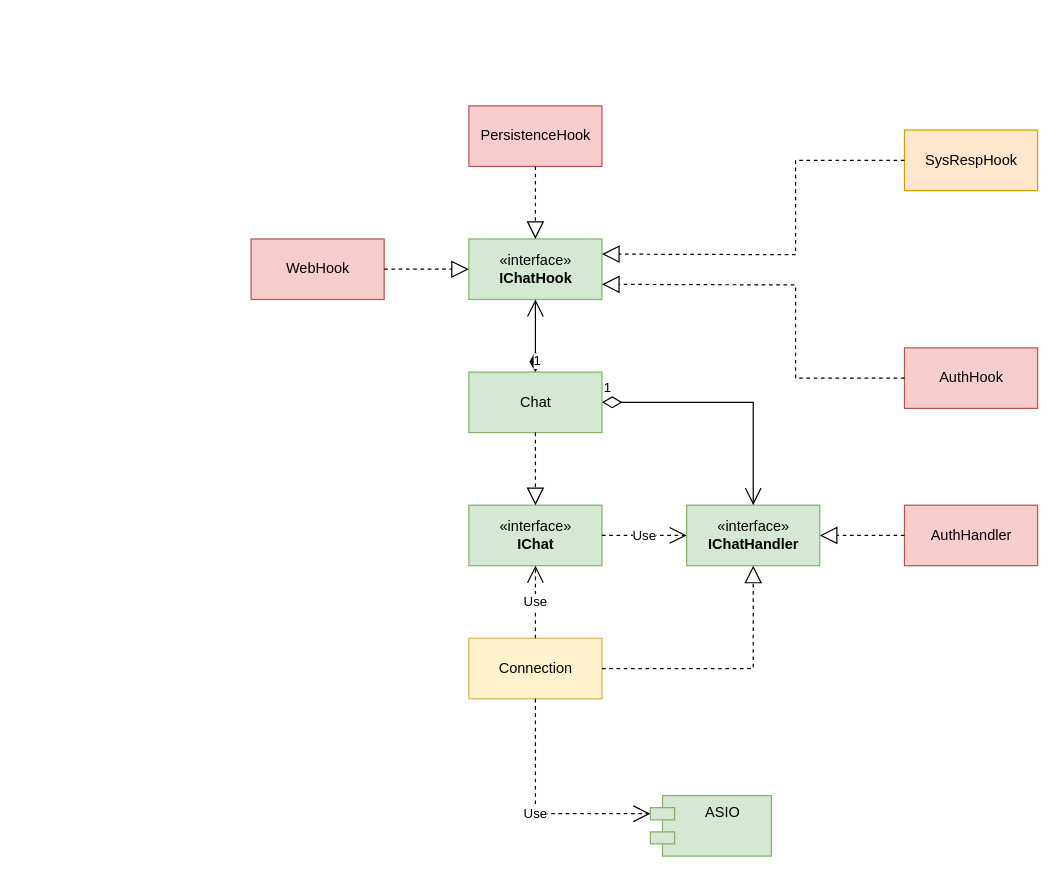
Above: doc/class-diagram.drawio in DvEyZ/lanchat2-server (draw.io), before the change. Source tidied: cells renumbered, new cells numbered last; positions are measured from the earlier drawing's top-left corner, leaving out a move shared by most shapes. Both pictures are drawn from the tidied source at 121%, with x=0, y=0 at pixel (250, 105).
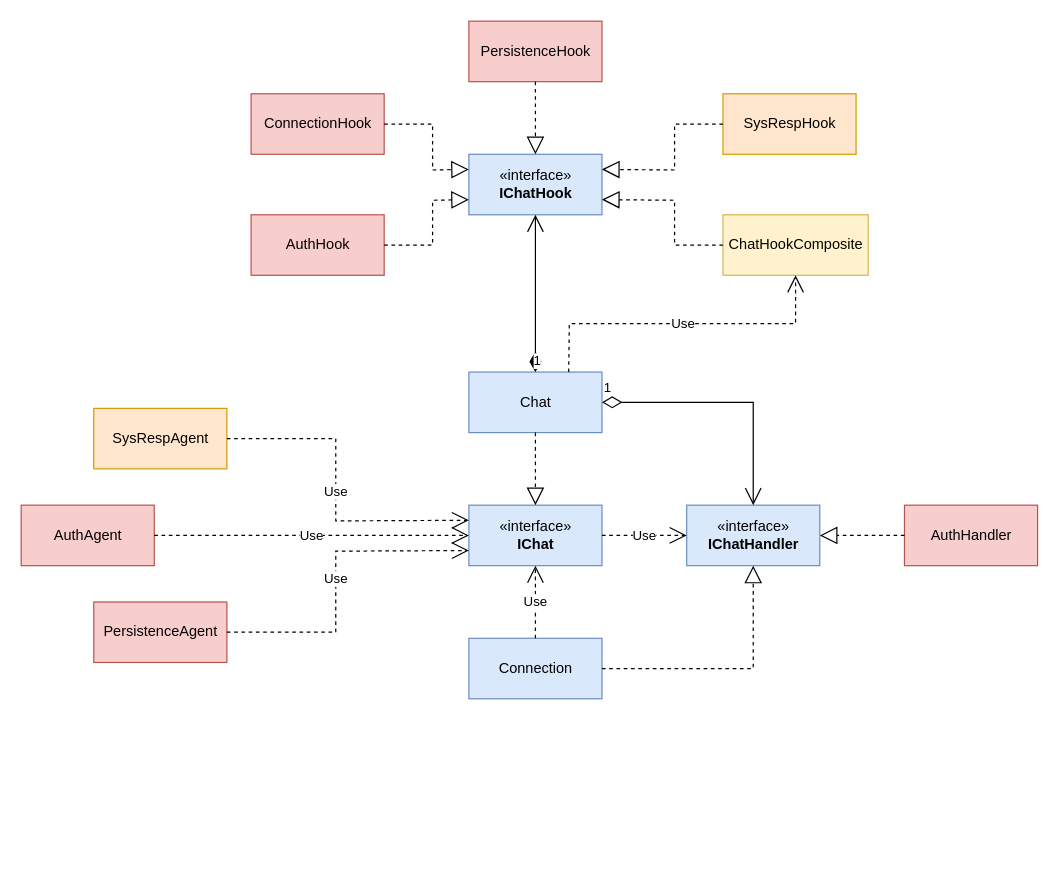
The same page after the edit.

The edit, as a diff of the source:
```diff
@@
-    <mxCell id="2" value="«interface»&lt;br&gt;&lt;b&gt;IChat&lt;/b&gt;" style="html=1;fillColor=#d5e8d4;strokeColor=#82b366;" parent="1" vertex="1">
+    <mxCell id="2" value="«interface»&lt;br&gt;&lt;b&gt;IChat&lt;/b&gt;" style="html=1;fillColor=#dae8fc;strokeColor=#6c8ebf;" parent="1" vertex="1">
       <mxGeometry x="180" y="330" width="110" height="50" as="geometry" />
     </mxCell>
-    <mxCell id="3" value="Connection" style="html=1;fillColor=#fff2cc;strokeColor=#d6b656;" parent="1" vertex="1">
+    <mxCell id="3" value="Connection" style="html=1;fillColor=#dae8fc;strokeColor=#6c8ebf;" parent="1" vertex="1">
       <mxGeometry x="180" y="440" width="110" height="50" as="geometry" />
     </mxCell>
-    <mxCell id="4" value="Chat" style="html=1;fillColor=#d5e8d4;strokeColor=#82b366;" parent="1" vertex="1">
+    <mxCell id="4" value="Chat" style="html=1;fillColor=#dae8fc;strokeColor=#6c8ebf;" parent="1" vertex="1">
       <mxGeometry x="180" y="220" width="110" height="50" as="geometry" />
     </mxCell>
@@
-    <mxCell id="7" value="«interface»&lt;br&gt;&lt;b&gt;IChatHandler&lt;/b&gt;" style="html=1;fillColor=#d5e8d4;strokeColor=#82b366;" parent="1" vertex="1">
+    <mxCell id="7" value="«interface»&lt;br&gt;&lt;b&gt;IChatHandler&lt;/b&gt;" style="html=1;fillColor=#dae8fc;strokeColor=#6c8ebf;" parent="1" vertex="1">
       <mxGeometry x="360" y="330" width="110" height="50" as="geometry" />
     </mxCell>
@@
-    <mxCell id="11" value="«interface»&lt;br&gt;&lt;b&gt;IChatHook&lt;/b&gt;" style="html=1;fillColor=#d5e8d4;strokeColor=#82b366;" parent="1" vertex="1">
-      <mxGeometry x="180" y="110" width="110" height="50" as="geometry" />
+    <mxCell id="11" value="«interface»&lt;br&gt;&lt;b&gt;IChatHook&lt;/b&gt;" style="html=1;fillColor=#dae8fc;strokeColor=#6c8ebf;" parent="1" vertex="1">
+      <mxGeometry x="180" y="40" width="110" height="50" as="geometry" />
     </mxCell>
@@
-    <mxCell id="13" value="AuthHook" style="html=1;fillColor=#f8cecc;strokeColor=#b85450;" parent="1" vertex="1">
-      <mxGeometry x="540" y="200" width="110" height="50" as="geometry" />
-    </mxCell>
     <mxCell id="14" value="PersistenceHook" style="html=1;fillColor=#f8cecc;strokeColor=#b85450;" parent="1" vertex="1">
-      <mxGeometry x="180" width="110" height="50" as="geometry" />
+      <mxGeometry x="180" y="-70" width="110" height="50" as="geometry" />
     </mxCell>
@@
-    <mxCell id="16" value="WebHook" style="html=1;fillColor=#f8cecc;strokeColor=#b85450;" parent="1" vertex="1">
-      <mxGeometry y="110" width="110" height="50" as="geometry" />
+    <mxCell id="16" value="ConnectionHook" style="html=1;fillColor=#f8cecc;strokeColor=#b85450;" parent="1" vertex="1">
+      <mxGeometry y="-10" width="110" height="50" as="geometry" />
     </mxCell>
-    <mxCell id="17" style="endArrow=block;dashed=1;endFill=0;endSize=12;html=1;rounded=0;exitX=1;exitY=0.5;exitDx=0;exitDy=0;entryX=0;entryY=0.5;entryDx=0;entryDy=0;" parent="1" edge="1" source="16" target="11">
-      <mxGeometry relative="1" as="geometry" />
+    <mxCell id="17" style="endArrow=block;dashed=1;endFill=0;endSize=12;html=1;rounded=0;exitX=1;exitY=0.5;exitDx=0;exitDy=0;entryX=0;entryY=0.25;entryDx=0;entryDy=0;" parent="1" edge="1" source="16" target="11">
+      <mxGeometry relative="1" as="geometry">
+        <Array as="points">
+          <mxPoint x="150" y="15" />
+          <mxPoint x="150" y="53" />
+        </Array>
+      </mxGeometry>
     </mxCell>
@@
-    <mxCell id="20" style="endArrow=block;dashed=1;endFill=0;endSize=12;html=1;rounded=0;entryX=1;entryY=0.75;entryDx=0;entryDy=0;exitX=0;exitY=0.5;exitDx=0;exitDy=0;" parent="1" edge="1" source="13" target="11">
-      <mxGeometry relative="1" as="geometry">
-        <Array as="points">
-          <mxPoint x="450" y="225" />
-          <mxPoint x="450" y="148" />
-        </Array>
-      </mxGeometry>
-    </mxCell>
     <mxCell id="21" value="SysRespHook" style="html=1;fillColor=#ffe6cc;strokeColor=#d79b00;" parent="1" vertex="1">
-      <mxGeometry x="540" y="20" width="110" height="50" as="geometry" />
+      <mxGeometry x="390" y="-10" width="110" height="50" as="geometry" />
     </mxCell>
     <mxCell id="22" style="endArrow=block;dashed=1;endFill=0;endSize=12;html=1;rounded=0;entryX=1;entryY=0.25;entryDx=0;entryDy=0;exitX=0;exitY=0.5;exitDx=0;exitDy=0;" parent="1" edge="1" source="21" target="11">
       <mxGeometry relative="1" as="geometry">
         <Array as="points">
-          <mxPoint x="450" y="45" />
-          <mxPoint x="450" y="123" />
+          <mxPoint x="350" y="15" />
+          <mxPoint x="350" y="53" />
         </Array>
       </mxGeometry>
     </mxCell>
-    <mxCell id="23" value="ASIO" style="shape=module;align=left;spacingLeft=20;align=center;verticalAlign=top;fillColor=#d5e8d4;strokeColor=#82b366;" parent="1" vertex="1">
-      <mxGeometry x="330" y="570" width="100" height="50" as="geometry" />
-    </mxCell>
-    <mxCell id="24" value="Use" style="endArrow=open;endSize=12;dashed=1;html=1;rounded=0;exitX=0.5;exitY=1;exitDx=0;exitDy=0;entryX=0;entryY=0;entryDx=0;entryDy=15;entryPerimeter=0;" parent="1" edge="1" source="3" target="23">
-      <mxGeometry relative="1" as="geometry">
-        <Array as="points">
-          <mxPoint x="235" y="585" />
-        </Array>
-      </mxGeometry>
-    </mxCell>
+    <mxCell id="25" value="SysRespAgent" style="html=1;fillColor=#ffe6cc;strokeColor=#d79b00;" parent="1" vertex="1">
+      <mxGeometry x="-130" y="250" width="110" height="50" as="geometry" />
+    </mxCell>
+    <mxCell id="26" value="Use" style="endArrow=open;endSize=12;dashed=1;html=1;rounded=0;exitX=1;exitY=0.5;exitDx=0;exitDy=0;entryX=0;entryY=0.25;entryDx=0;entryDy=0;" parent="1" edge="1" source="25" target="2">
+      <mxGeometry relative="1" as="geometry">
+        <Array as="points">
+          <mxPoint x="70" y="275" />
+          <mxPoint x="70" y="343" />
+        </Array>
+      </mxGeometry>
+    </mxCell>
+    <mxCell id="27" value="PersistenceAgent" style="html=1;fillColor=#f8cecc;strokeColor=#b85450;" parent="1" vertex="1">
+      <mxGeometry x="-130" y="410" width="110" height="50" as="geometry" />
+    </mxCell>
+    <mxCell id="28" value="Use" style="endArrow=open;endSize=12;dashed=1;html=1;rounded=0;exitX=1;exitY=0.5;exitDx=0;exitDy=0;entryX=0;entryY=0.75;entryDx=0;entryDy=0;" parent="1" edge="1" source="27" target="2">
+      <mxGeometry relative="1" as="geometry">
+        <Array as="points">
+          <mxPoint x="70" y="435" />
+          <mxPoint x="70" y="368" />
+        </Array>
+      </mxGeometry>
+    </mxCell>
+    <mxCell id="29" value="AuthAgent" style="html=1;fillColor=#f8cecc;strokeColor=#b85450;" parent="1" vertex="1">
+      <mxGeometry x="-190" y="330" width="110" height="50" as="geometry" />
+    </mxCell>
+    <mxCell id="30" value="Use" style="endArrow=open;endSize=12;dashed=1;html=1;rounded=0;exitX=1;exitY=0.5;exitDx=0;exitDy=0;entryX=0;entryY=0.5;entryDx=0;entryDy=0;" parent="1" edge="1" source="29" target="2">
+      <mxGeometry relative="1" as="geometry" />
+    </mxCell>
+    <mxCell id="13" value="AuthHook" style="html=1;fillColor=#f8cecc;strokeColor=#b85450;" parent="1" vertex="1">
+      <mxGeometry y="90" width="110" height="50" as="geometry" />
+    </mxCell>
+    <mxCell id="20" style="endArrow=block;dashed=1;endFill=0;endSize=12;html=1;rounded=0;exitX=1;exitY=0.5;exitDx=0;exitDy=0;entryX=0;entryY=0.75;entryDx=0;entryDy=0;" parent="1" edge="1" source="13" target="11">
+      <mxGeometry relative="1" as="geometry">
+        <Array as="points">
+          <mxPoint x="150" y="115" />
+          <mxPoint x="150" y="78" />
+        </Array>
+      </mxGeometry>
+    </mxCell>
+    <mxCell id="31" value="ChatHookComposite" style="html=1;fillColor=#fff2cc;strokeColor=#d6b656;" parent="1" vertex="1">
+      <mxGeometry x="390" y="90" width="120" height="50" as="geometry" />
+    </mxCell>
+    <mxCell id="32" style="endArrow=block;dashed=1;endFill=0;endSize=12;html=1;rounded=0;entryX=1;entryY=0.75;entryDx=0;entryDy=0;exitX=0;exitY=0.5;exitDx=0;exitDy=0;" parent="1" edge="1" source="31" target="11">
+      <mxGeometry relative="1" as="geometry">
+        <Array as="points">
+          <mxPoint x="350" y="115" />
+          <mxPoint x="350" y="78" />
+        </Array>
+      </mxGeometry>
+    </mxCell>
+    <mxCell id="33" value="Use" style="endArrow=open;endSize=12;dashed=1;html=1;rounded=0;exitX=0.75;exitY=0;exitDx=0;exitDy=0;entryX=0.5;entryY=1;entryDx=0;entryDy=0;" parent="1" edge="1" source="4" target="31">
+      <mxGeometry relative="1" as="geometry">
+        <Array as="points">
+          <mxPoint x="263" y="180" />
+          <mxPoint x="450" y="180" />
+        </Array>
+      </mxGeometry>
+    </mxCell>
```
